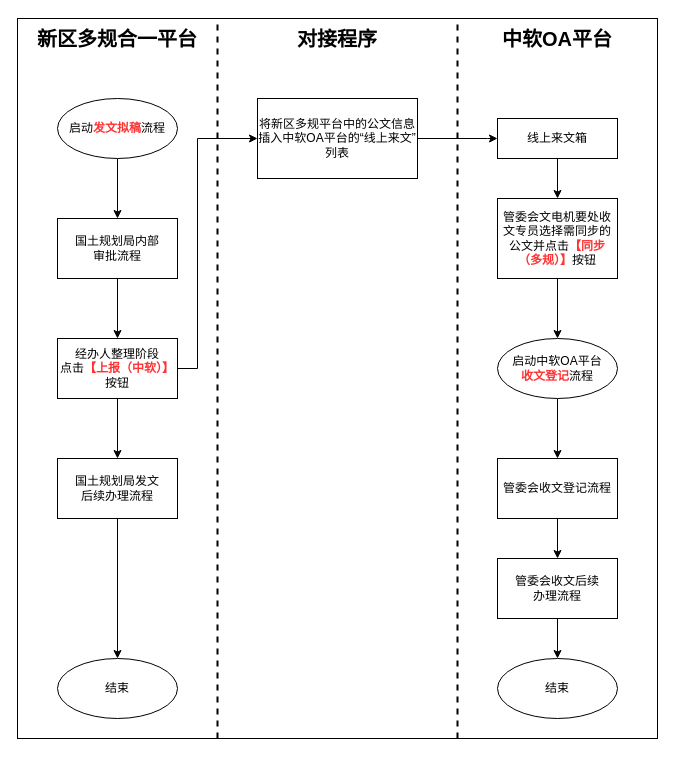
806100963/draw.io keeps this draw.io diagram as page "公文模块对接2" (3 of 5) of 中软对接.drawio. Above is the earlier version. Source tidied: cells renumbered, new cells numbered last; positions are measured from the earlier drawing's top-left corner, leaving out a move shared by most shapes. Both pictures are drawn from the tidied source at 100%, with x=0, y=0 at pixel (17, 18).
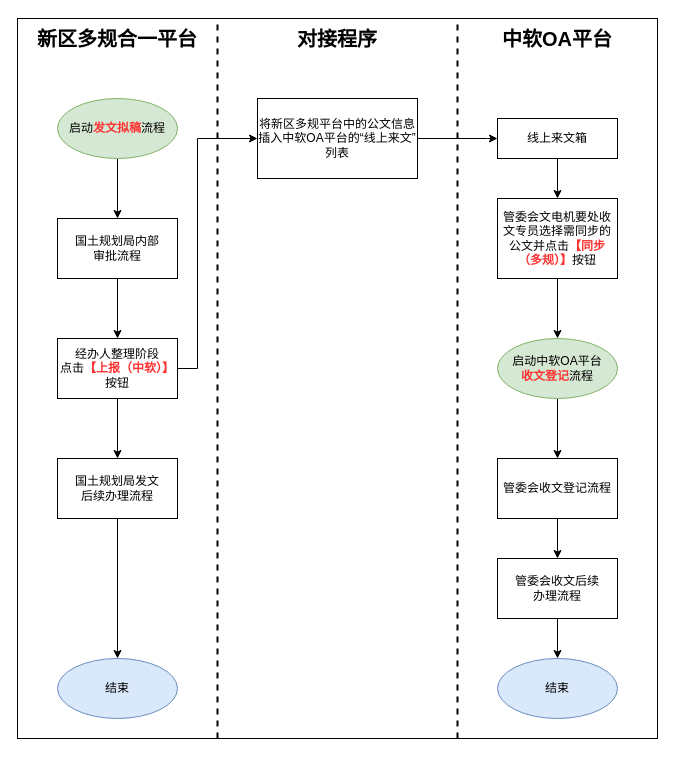
The same page after the edit.

Diff of the diagram source:
```diff
@@
-    <mxCell id="4" value="启动&lt;b&gt;&lt;font color=&quot;#ff3333&quot;&gt;发文拟稿&lt;/font&gt;&lt;/b&gt;流程" style="ellipse;whiteSpace=wrap;html=1;" parent="1" vertex="1">
+    <mxCell id="4" value="启动&lt;b&gt;&lt;font color=&quot;#ff3333&quot;&gt;发文拟稿&lt;/font&gt;&lt;/b&gt;流程" style="ellipse;whiteSpace=wrap;html=1;fillColor=#d5e8d4;strokeColor=#82b366;" parent="1" vertex="1">
       <mxGeometry x="40" y="80" width="120" height="60" as="geometry" />
     </mxCell>
@@
-    <mxCell id="12" value="结束" style="ellipse;whiteSpace=wrap;html=1;rounded=0;" parent="1" vertex="1">
+    <mxCell id="12" value="结束" style="ellipse;whiteSpace=wrap;html=1;rounded=0;fillColor=#dae8fc;strokeColor=#6c8ebf;" parent="1" vertex="1">
       <mxGeometry x="480" y="640" width="120" height="60" as="geometry" />
     </mxCell>
@@
-    <mxCell id="25" value="启动中软OA平台&lt;br&gt;&lt;b&gt;&lt;font color=&quot;#ff3333&quot;&gt;收文登记&lt;/font&gt;&lt;/b&gt;流程" style="ellipse;whiteSpace=wrap;html=1;" parent="1" vertex="1">
+    <mxCell id="25" value="启动中软OA平台&lt;br&gt;&lt;b&gt;&lt;font color=&quot;#ff3333&quot;&gt;收文登记&lt;/font&gt;&lt;/b&gt;流程" style="ellipse;whiteSpace=wrap;html=1;fillColor=#d5e8d4;strokeColor=#82b366;" parent="1" vertex="1">
       <mxGeometry x="480" y="320" width="120" height="60" as="geometry" />
     </mxCell>
@@
-    <mxCell id="30" value="结束" style="ellipse;whiteSpace=wrap;html=1;rounded=0;" parent="1" vertex="1">
+    <mxCell id="30" value="结束" style="ellipse;whiteSpace=wrap;html=1;rounded=0;fillColor=#dae8fc;strokeColor=#6c8ebf;" parent="1" vertex="1">
       <mxGeometry x="40" y="640" width="120" height="60" as="geometry" />
     </mxCell>
```
